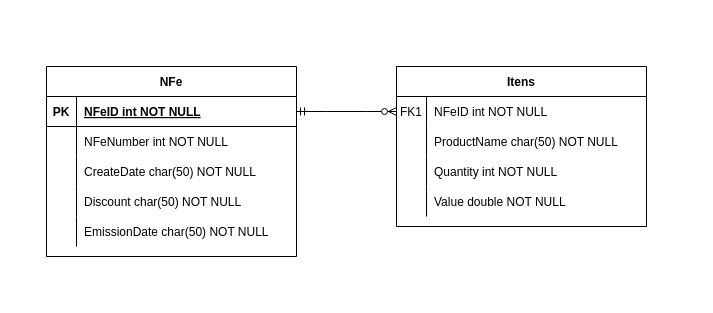
Above: entregavel_3/entregavel_03.drawio in Turtienski/teste_eng_dados (draw.io), before the change. Source tidied: cells renumbered, new cells numbered last; positions are measured from the earlier drawing's top-left corner, leaving out a move shared by most shapes. Both pictures are drawn from the tidied source at 100%, with x=0, y=0 at pixel (46, 66).
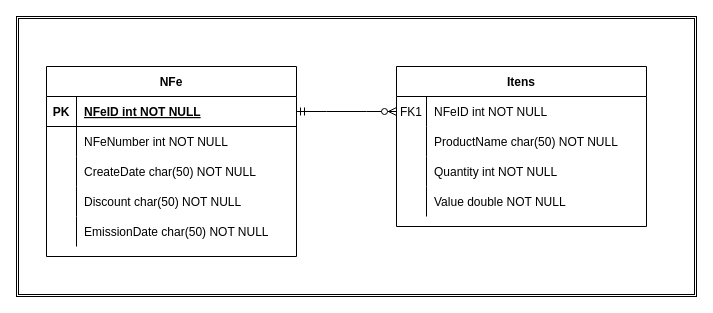
Above is the later version.

The edit, as a diff of the source:
```diff
@@
+    <mxCell id="32" style="shape=ext;double=1;rounded=0;whiteSpace=wrap;html=1;" parent="1" vertex="1">
+      <mxGeometry x="-30" y="-50" width="680" height="280" as="geometry" />
+    </mxCell>
```
